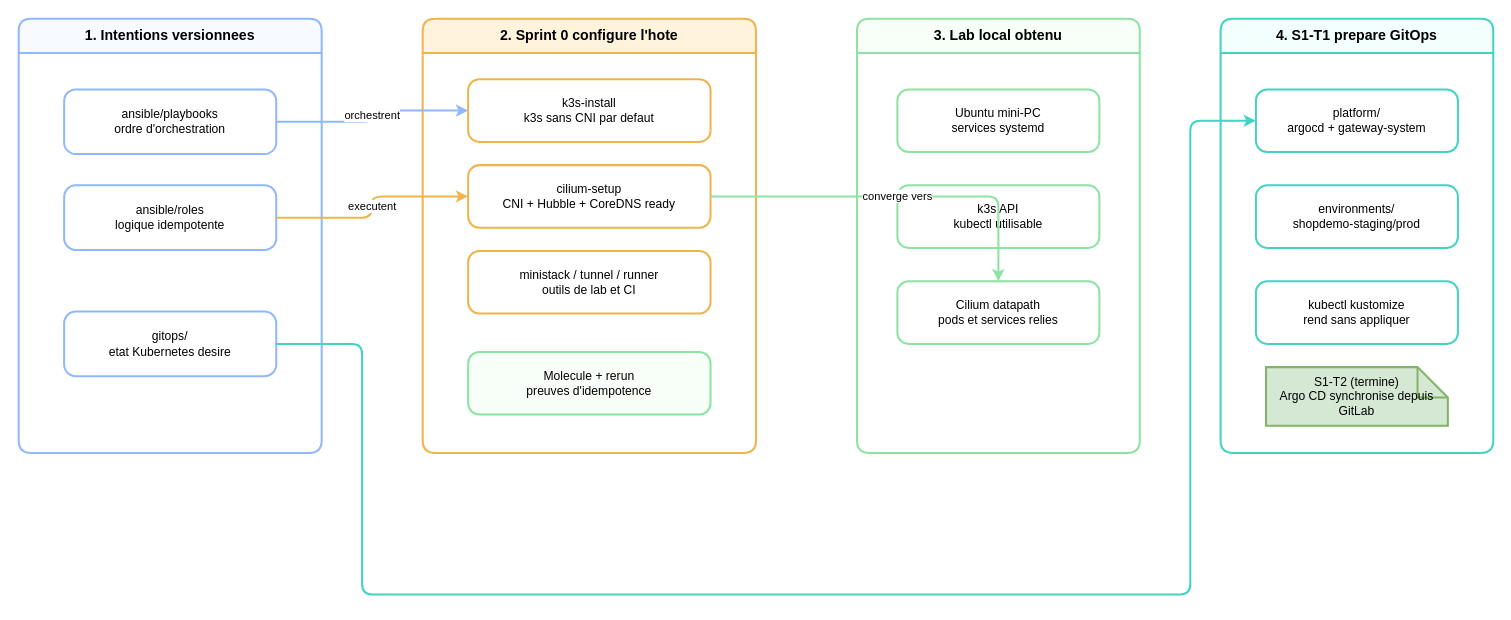
ClementV78/shop-demo keeps this draw.io diagram as docs/diagrams/comment-ca-marche-s0-s1.drawio. Above is the earlier version. Source tidied: cells renumbered, new cells numbered last; positions are measured from the earlier drawing's top-left corner, leaving out a move shared by most shapes. Both pictures are drawn from the tidied source at 101%, with x=0, y=0 at pixel (18, 18).
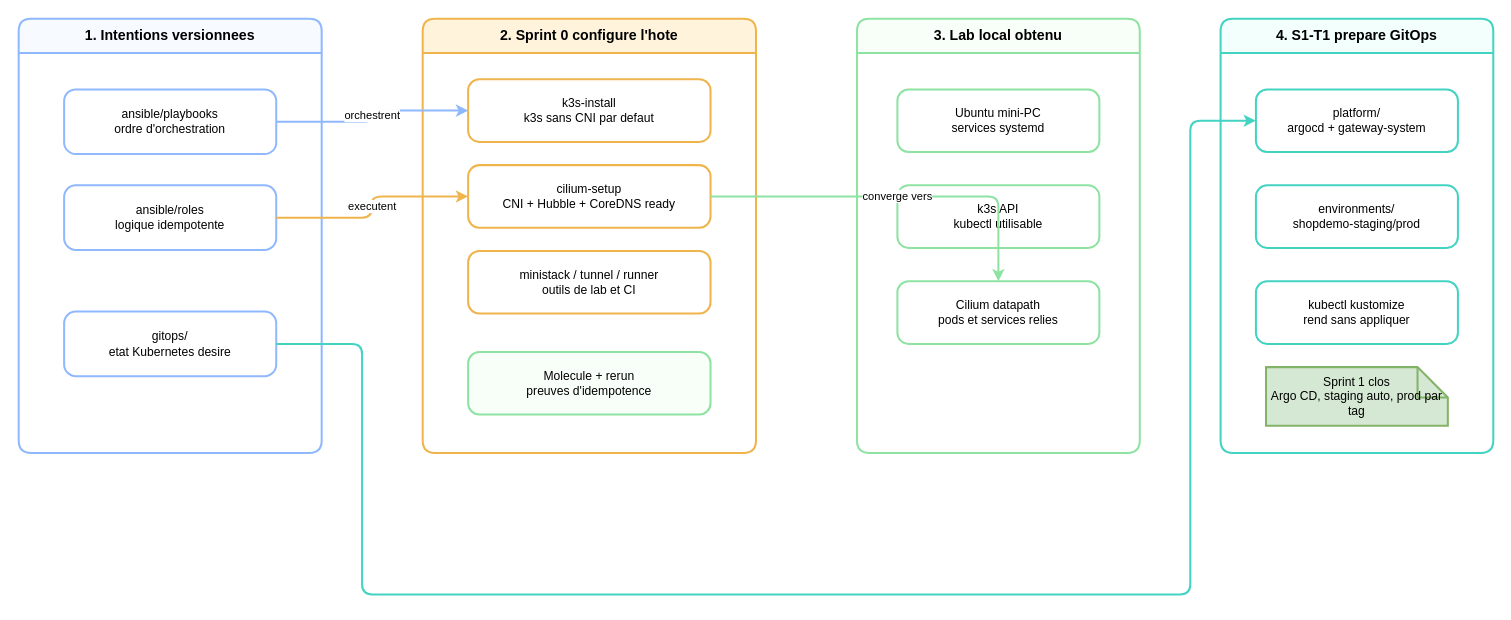
After the change.

Unchanged cells that the change refers to:
```xml
<mxCell id="15" value="4. S1-T1 prepare GitOps" style="swimlane;startSize=34;rounded=1;arcSize=12;whiteSpace=wrap;html=1;fontFamily=Helvetica;fontSize=14;fontStyle=1;fillColor=#f2fffd;strokeColor=#43d3c2;strokeWidth=2;" parent="1" vertex="1">
  <mxGeometry x="1190" width="270" height="430" as="geometry" />
</mxCell>
```

What changed in the source:
```diff
@@
-    <mxCell id="19" value="S1-T2 (termine)&#10;Argo CD synchronise depuis GitLab" style="shape=note;whiteSpace=wrap;html=1;fontFamily=Helvetica;fontSize=12;fillColor=#d5e8d4;strokeColor=#82b366;strokeWidth=2;" parent="15" vertex="1">
+    <mxCell id="19" value="Sprint 1 clos&#10;Argo CD, staging auto, prod par tag" style="shape=note;whiteSpace=wrap;html=1;fontFamily=Helvetica;fontSize=12;fillColor=#d5e8d4;strokeColor=#82b366;strokeWidth=2;" parent="15" vertex="1">
       <mxGeometry x="45" y="345" width="180" height="58" as="geometry" />
     </mxCell>
```
